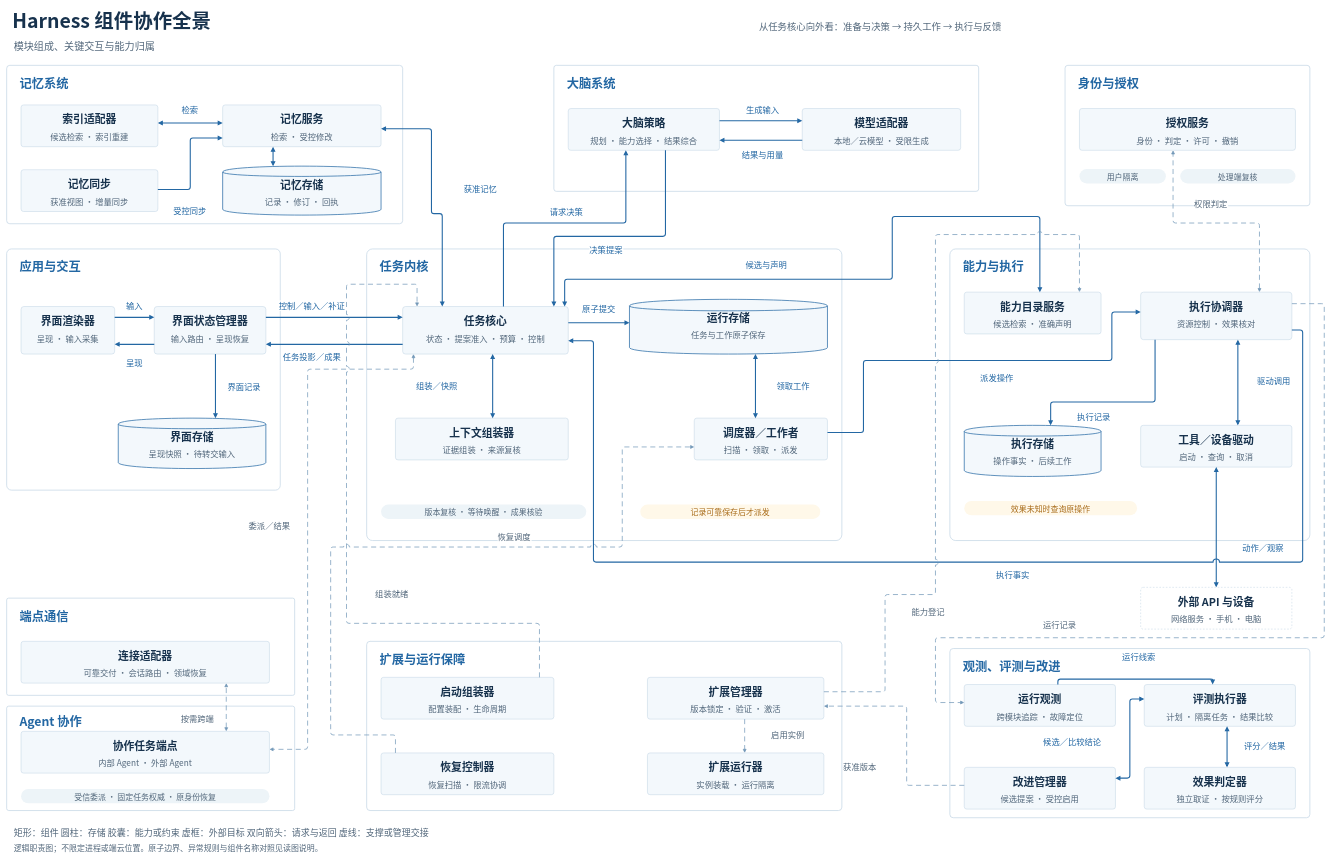
Before: docs/architecture/diagrams/system-panorama.drawio in ruipengliu/lerna, a draw.io diagram. Source tidied: cells renumbered, new cells numbered last; positions are measured from the earlier drawing's top-left corner, leaving out a move shared by most shapes. Both pictures are drawn from the tidied source at 36%, with x=0, y=0 at pixel (6, 7).
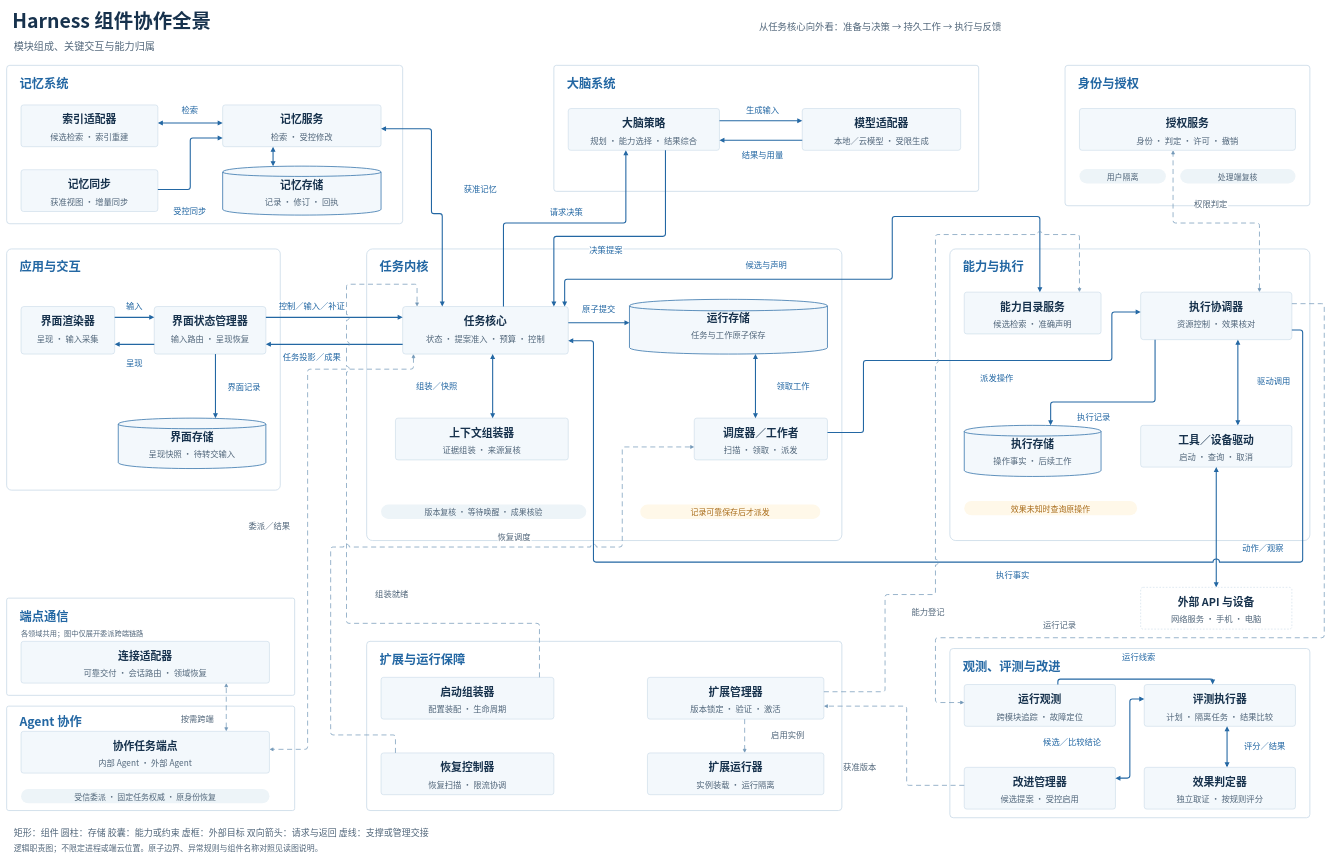
The same diagram, later.

The change refers to these unchanged cells:
```xml
<mxCell id="79" style="rounded=1;arcSize=2;fillColor=#ffffff;strokeColor=#c4d6e5;strokeWidth=2;" parent="1" vertex="1">
  <mxGeometry y="1642" width="800" height="270" as="geometry" />
</mxCell>
```

Change to the diagram source:
```diff
@@
+    <mxCell id="154" value="各领域共用；图中仅展开委派跨端链路" style="text;html=0;whiteSpace=wrap;overflow=visible;align=left;verticalAlign=top;spacing=0;fontFamily=Noto Sans CJK SC;fontSize=20;fontColor=#52677b;fontStyle=0;" parent="79" vertex="1">
+      <mxGeometry x="40" y="80" width="690" height="28" as="geometry" />
+    </mxCell>
```
